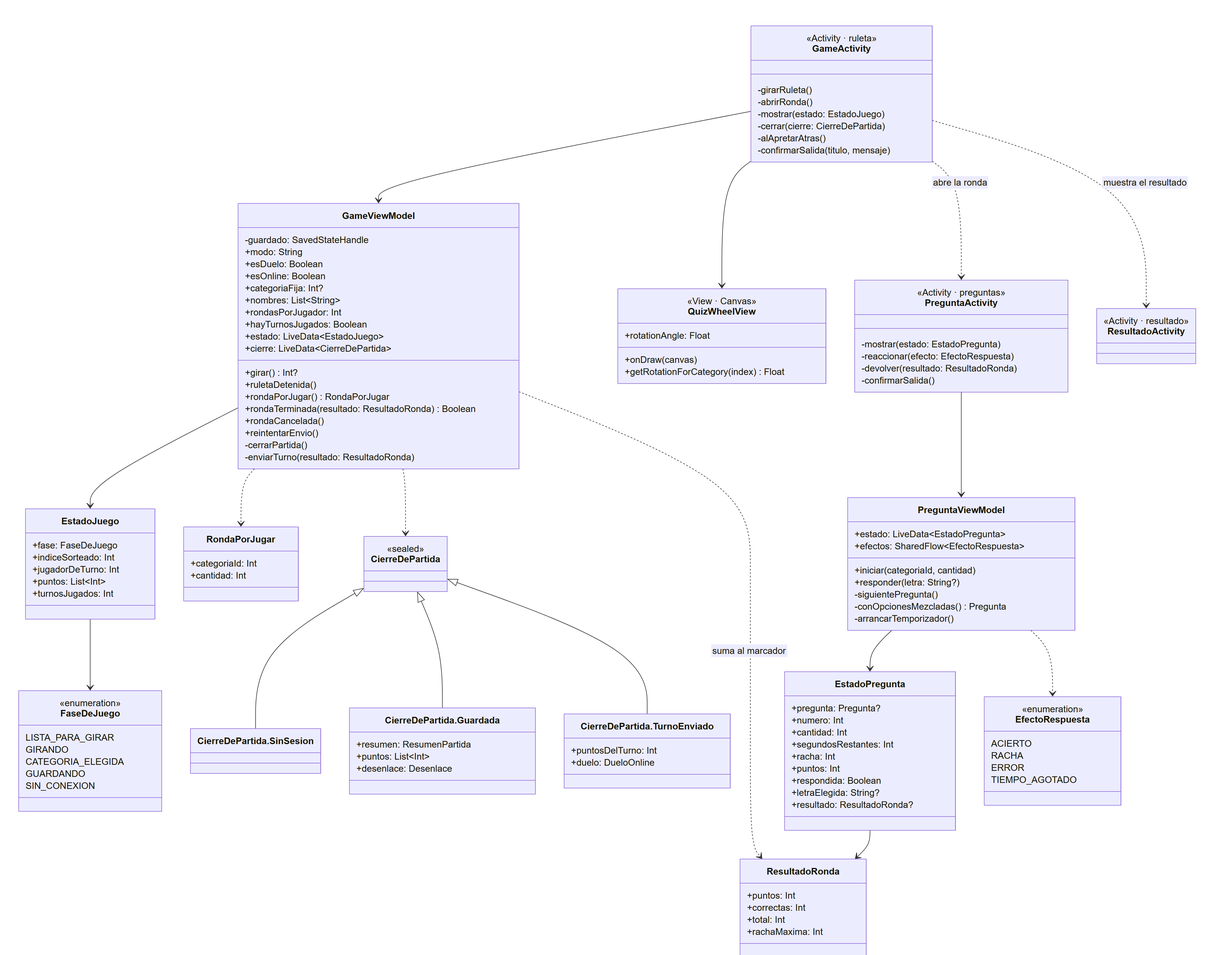
Above: docs/diagramas/05-partida.png in sobas2785/Quizzly (Mermaid), before the change. Its source is kept beside it as docs/diagramas/05-partida.mmd.
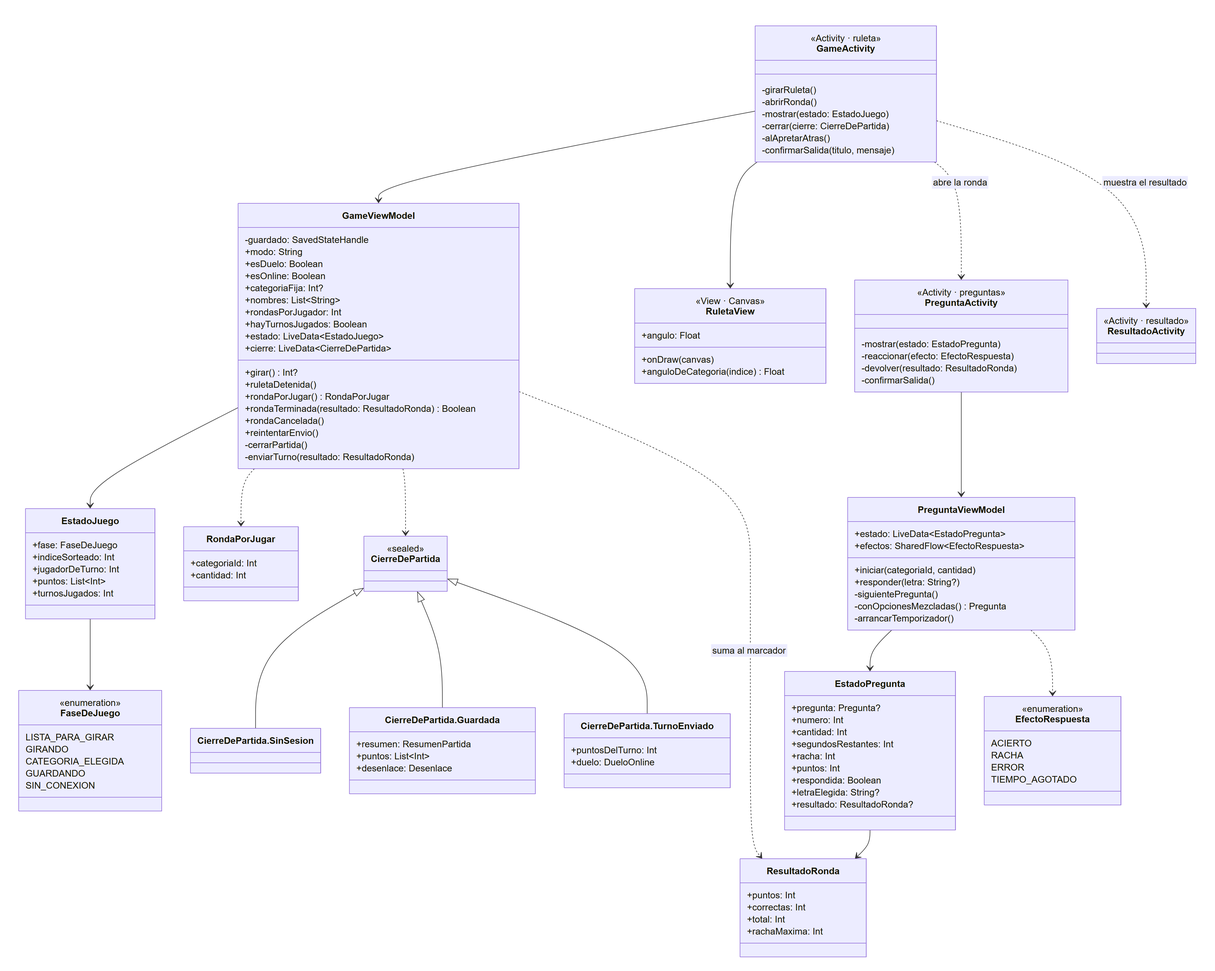
Above is the later version.

Change to the diagram source:
```diff
@@ -11,11 +11,11 @@
         -confirmarSalida(titulo, mensaje)
     }
 
-    class QuizWheelView {
+    class RuletaView {
         <<View · Canvas>>
-        +rotationAngle: Float
+        +angulo: Float
         +onDraw(canvas)
-        +getRotationForCategory(index) Float
+        +anguloDeCategoria(indice) Float
     }
 
     class GameViewModel {
@@ -125,7 +125,7 @@
     }
 
     GameActivity --> GameViewModel
-    GameActivity --> QuizWheelView
+    GameActivity --> RuletaView
     GameActivity ..> PreguntaActivity : abre la ronda
     GameActivity ..> ResultadoActivity : muestra el resultado
     GameViewModel --> EstadoJuego
```
